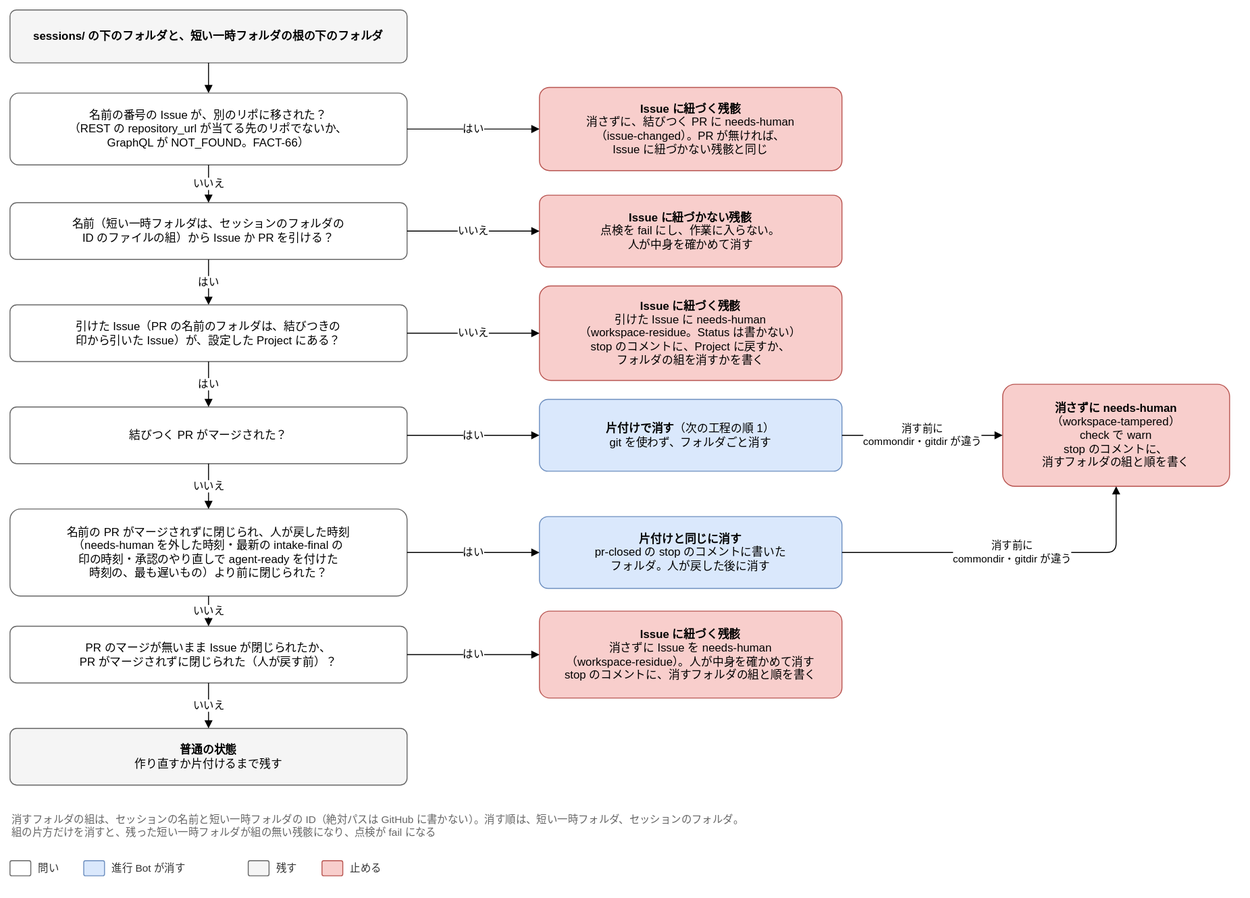
This is docs/design/basic/diagrams/02-workspace-residue.drawio.svg from Joymerrevent/dev-autopilot, a draw.io export, as it was before one commit. Source tidied: cells renumbered, new cells last; positions are measured from the earlier drawing's top-left corner, leaving out a move shared by most shapes.
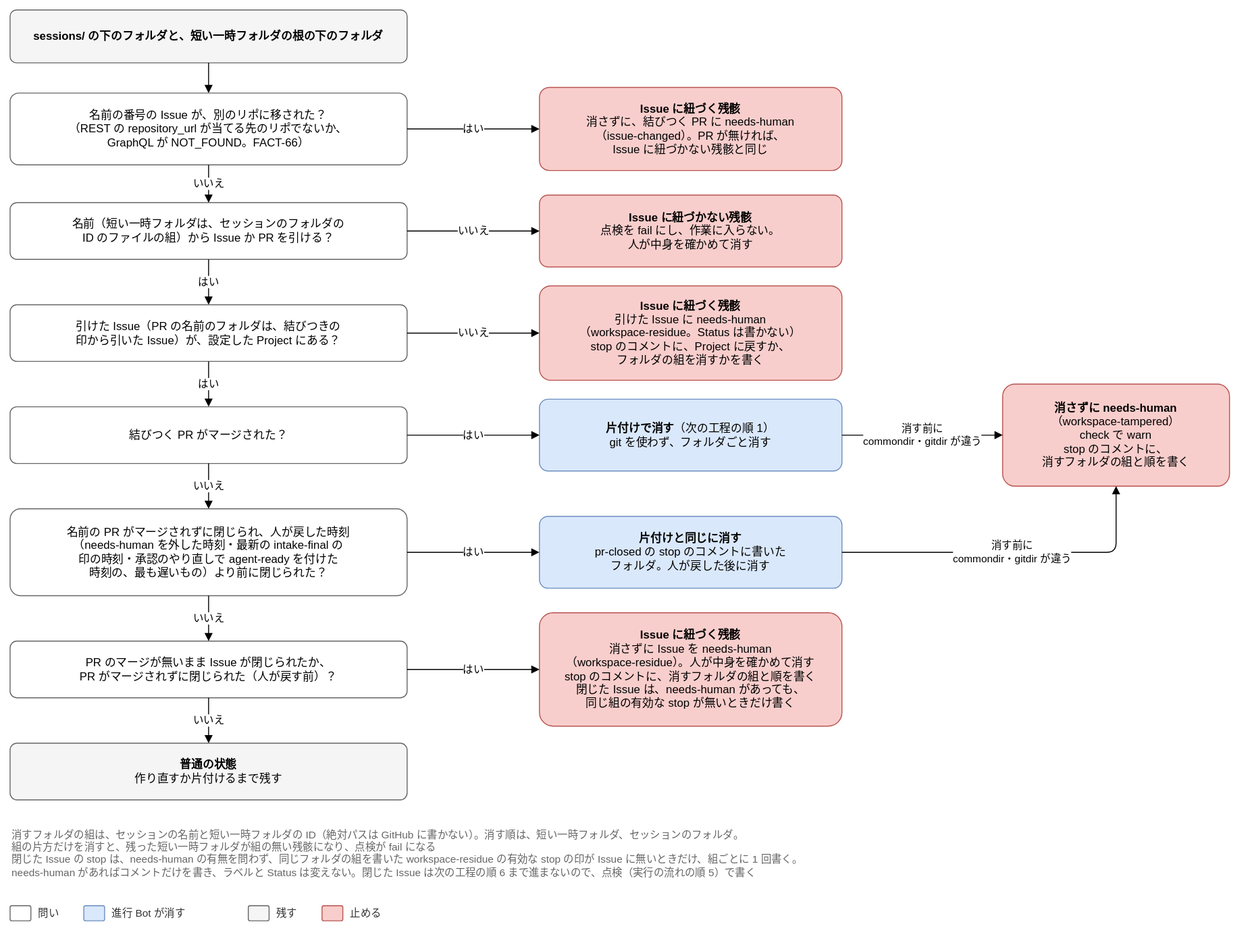
After the change.

Change to the diagram source:
```diff
@@ -12,7 +12,7 @@
       <mxGeometry y="420" width="420" height="60" as="geometry" />
     </mxCell>
     <mxCell id="5" value="PR のマージが無いまま Issue が閉じられたか、&lt;br&gt;PR がマージされずに閉じられた（人が戻す前）？" style="rounded=1;whiteSpace=wrap;html=1;fontSize=12;arcSize=12;spacing=12;fillColor=#ffffff;strokeColor=#666666;" parent="1" vertex="1">
-      <mxGeometry y="652" width="420" height="60" as="geometry" />
+      <mxGeometry y="668" width="420" height="60" as="geometry" />
     </mxCell>
     <mxCell id="6" value="&lt;b&gt;Issue に紐づかない残骸&lt;/b&gt;&lt;br&gt;点検を fail にし、作業に入らない。&lt;br&gt;人が中身を確かめて消す" style="rounded=1;whiteSpace=wrap;html=1;fontSize=12;arcSize=12;spacing=12;fillColor=#f8cecc;strokeColor=#b85450;" parent="1" vertex="1">
       <mxGeometry x="560" y="196" width="320" height="76" as="geometry" />
@@ -20,11 +20,11 @@
     <mxCell id="7" value="&lt;b&gt;片付けで消す&lt;/b&gt;（次の工程の順 1）&lt;br&gt;git を使わず、フォルダごと消す" style="rounded=1;whiteSpace=wrap;html=1;fontSize=12;arcSize=12;spacing=12;fillColor=#dae8fc;strokeColor=#6c8ebf;" parent="1" vertex="1">
       <mxGeometry x="560" y="412" width="320" height="76" as="geometry" />
     </mxCell>
-    <mxCell id="8" value="&lt;b&gt;Issue に紐づく残骸&lt;/b&gt;&lt;br&gt;消さずに Issue を needs-human&lt;br&gt;（workspace-residue）。人が中身を確かめて消す&lt;br&gt;stop のコメントに、消すフォルダの組と順を書く" style="rounded=1;whiteSpace=wrap;html=1;fontSize=12;arcSize=12;spacing=12;fillColor=#f8cecc;strokeColor=#b85450;" parent="1" vertex="1">
-      <mxGeometry x="560" y="636" width="320" height="92" as="geometry" />
+    <mxCell id="8" value="&lt;b&gt;Issue に紐づく残骸&lt;/b&gt;&lt;br&gt;消さずに Issue を needs-human&lt;br&gt;（workspace-residue）。人が中身を確かめて消す&lt;br&gt;stop のコメントに、消すフォルダの組と順を書く&lt;br&gt;閉じた Issue は、needs-human があっても、&lt;br&gt;同じ組の有効な stop が無いときだけ書く" style="rounded=1;whiteSpace=wrap;html=1;fontSize=12;arcSize=12;spacing=12;fillColor=#f8cecc;strokeColor=#b85450;" parent="1" vertex="1">
+      <mxGeometry x="560" y="638" width="320" height="120" as="geometry" />
     </mxCell>
     <mxCell id="9" value="&lt;b&gt;普通の状態&lt;/b&gt;&lt;br&gt;作り直すか片付けるまで残す" style="rounded=1;whiteSpace=wrap;html=1;fontSize=12;arcSize=12;spacing=12;fillColor=#f5f5f5;strokeColor=#666666;" parent="1" vertex="1">
-      <mxGeometry y="760" width="420" height="60" as="geometry" />
+      <mxGeometry y="776" width="420" height="60" as="geometry" />
     </mxCell>
     <mxCell id="10" style="edgeStyle=orthogonalEdgeStyle;rounded=1;html=1;endArrow=block;endFill=1;fontSize=11;labelBackgroundColor=#ffffff;exitX=0.5;exitY=1;exitDx=0;exitDy=0;entryX=0.5;entryY=0;entryDx=0;entryDy=0;" parent="1" edge="1" source="2" target="27">
       <mxGeometry relative="1" as="geometry" />
@@ -48,28 +48,28 @@
       <mxGeometry relative="1" as="geometry" />
     </mxCell>
     <mxCell id="17" style="rounded=1;whiteSpace=wrap;html=1;fontSize=12;arcSize=12;spacing=12;fillColor=#ffffff;strokeColor=#666666;" parent="1" vertex="1">
-      <mxGeometry y="900" width="22" height="16" as="geometry" />
+      <mxGeometry y="948" width="22" height="16" as="geometry" />
     </mxCell>
     <mxCell id="18" value="問い" style="text;html=1;align=left;verticalAlign=middle;fontSize=11;fontColor=#333333;" parent="1" vertex="1">
-      <mxGeometry x="28" y="898" width="34" height="20" as="geometry" />
+      <mxGeometry x="28" y="946" width="34" height="20" as="geometry" />
     </mxCell>
     <mxCell id="19" style="rounded=1;whiteSpace=wrap;html=1;fontSize=12;arcSize=12;spacing=12;fillColor=#dae8fc;strokeColor=#6c8ebf;" parent="1" vertex="1">
-      <mxGeometry x="78" y="900" width="22" height="16" as="geometry" />
+      <mxGeometry x="78" y="948" width="22" height="16" as="geometry" />
     </mxCell>
     <mxCell id="20" value="進行 Bot が消す" style="text;html=1;align=left;verticalAlign=middle;fontSize=11;fontColor=#333333;" parent="1" vertex="1">
-      <mxGeometry x="106" y="898" width="130" height="20" as="geometry" />
+      <mxGeometry x="106" y="946" width="130" height="20" as="geometry" />
     </mxCell>
     <mxCell id="21" style="rounded=1;whiteSpace=wrap;html=1;fontSize=12;arcSize=12;spacing=12;fillColor=#f5f5f5;strokeColor=#666666;" parent="1" vertex="1">
-      <mxGeometry x="252" y="900" width="22" height="16" as="geometry" />
+      <mxGeometry x="252" y="948" width="22" height="16" as="geometry" />
     </mxCell>
     <mxCell id="22" value="残す" style="text;html=1;align=left;verticalAlign=middle;fontSize=11;fontColor=#333333;" parent="1" vertex="1">
-      <mxGeometry x="280" y="898" width="34" height="20" as="geometry" />
+      <mxGeometry x="280" y="946" width="34" height="20" as="geometry" />
     </mxCell>
     <mxCell id="23" style="rounded=1;whiteSpace=wrap;html=1;fontSize=12;arcSize=12;spacing=12;fillColor=#f8cecc;strokeColor=#b85450;" parent="1" vertex="1">
-      <mxGeometry x="330" y="900" width="22" height="16" as="geometry" />
+      <mxGeometry x="330" y="948" width="22" height="16" as="geometry" />
     </mxCell>
     <mxCell id="24" value="止める" style="text;html=1;align=left;verticalAlign=middle;fontSize=11;fontColor=#333333;" parent="1" vertex="1">
-      <mxGeometry x="358" y="898" width="46" height="20" as="geometry" />
+      <mxGeometry x="358" y="946" width="46" height="20" as="geometry" />
     </mxCell>
     <mxCell id="25" value="&lt;b&gt;消さずに needs-human&lt;/b&gt;&lt;br&gt;（workspace-tampered）&lt;br&gt;check で warn&lt;br&gt;stop のコメントに、&lt;br&gt;消すフォルダの組と順を書く" style="rounded=1;whiteSpace=wrap;html=1;fontSize=12;arcSize=12;spacing=12;fillColor=#f8cecc;strokeColor=#b85450;" parent="1" vertex="1">
       <mxGeometry x="1050" y="396" width="240" height="108" as="geometry" />
@@ -116,8 +116,8 @@
     <mxCell id="39" value="いいえ" style="edgeStyle=orthogonalEdgeStyle;rounded=1;html=1;endArrow=block;endFill=1;fontSize=11;labelBackgroundColor=#ffffff;exitX=1;exitY=0.5;exitDx=0;exitDy=0;entryX=0;entryY=0.5;entryDx=0;entryDy=0;" parent="1" edge="1" source="36" target="37">
       <mxGeometry relative="1" as="geometry" />
     </mxCell>
-    <mxCell id="40" value="消すフォルダの組は、セッションの名前と短い一時フォルダの ID（絶対パスは GitHub に書かない）。消す順は、短い一時フォルダ、セッションのフォルダ。&lt;br&gt;組の片方だけを消すと、残った短い一時フォルダが組の無い残骸になり、点検が fail になる" style="text;html=1;whiteSpace=wrap;align=left;verticalAlign=top;fontSize=11;fontColor=#666666;" parent="1" vertex="1">
-      <mxGeometry y="844" width="1100" height="34" as="geometry" />
+    <mxCell id="40" value="消すフォルダの組は、セッションの名前と短い一時フォルダの ID（絶対パスは GitHub に書かない）。消す順は、短い一時フォルダ、セッションのフォルダ。&lt;br&gt;組の片方だけを消すと、残った短い一時フォルダが組の無い残骸になり、点検が fail になる&lt;br&gt;閉じた Issue の stop は、needs-human の有無を問わず、同じフォルダの組を書いた workspace-residue の有効な stop の印が Issue に無いときだけ、組ごとに 1 回書く。&lt;br&gt;needs-human があればコメントだけを書き、ラベルと Status は変えない。閉じた Issue は次の工程の順 6 まで進まないので、点検（実行の流れの順 5）で書く" style="text;html=1;whiteSpace=wrap;align=left;verticalAlign=top;fontSize=11;fontColor=#666666;" parent="1" vertex="1">
+      <mxGeometry y="860" width="1100" height="66" as="geometry" />
     </mxCell>
   </root>
 </mxGraphModel>
```
